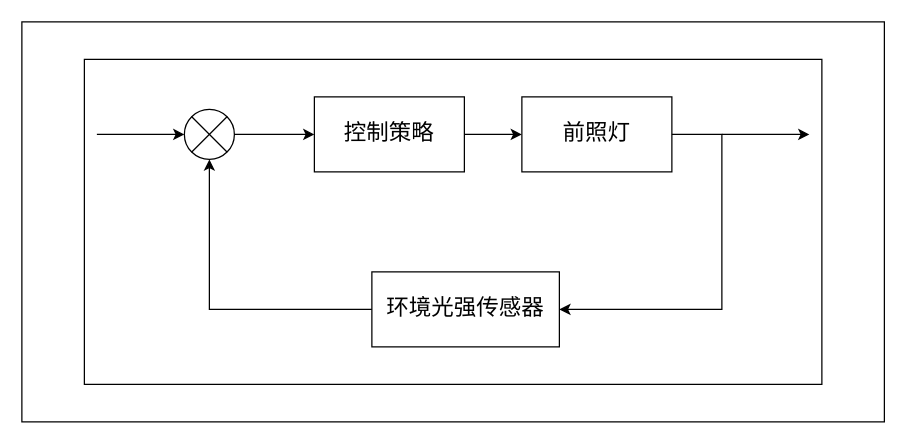
Earlier version of the draw.io diagram AFS图.drawio (AXYZdong/useful-things). Source tidied: cells renumbered, new cells numbered last; positions are measured from the earlier drawing's top-left corner, leaving out a move shared by most shapes. Both pictures are drawn from the tidied source at 125%, with x=0, y=0 at pixel (21, 21).
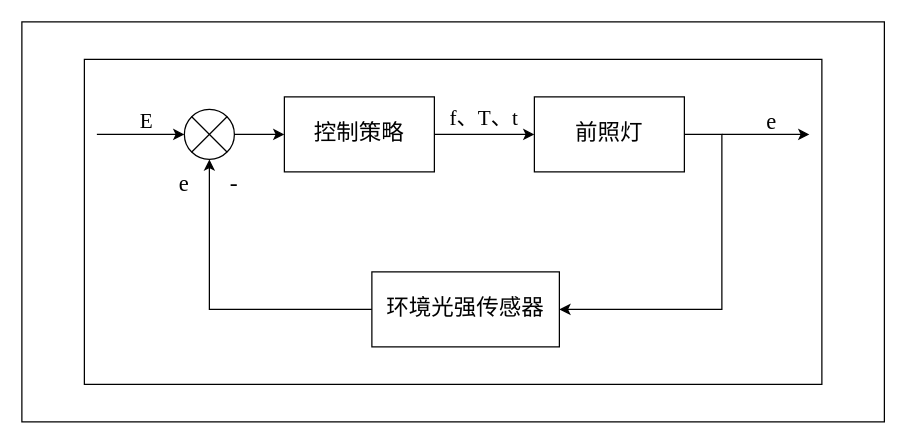
The same page after the edit.

What changed in the source:
```diff
@@
+    <mxCell id="12" style="rounded=0;whiteSpace=wrap;html=1;fillColor=none;" parent="1" vertex="1">
+      <mxGeometry x="50" y="30" width="590" height="260" as="geometry" />
+    </mxCell>
+    <mxCell id="13" style="rounded=0;whiteSpace=wrap;html=1;fillColor=none;" parent="1" vertex="1">
+      <mxGeometry width="690" height="320" as="geometry" />
+    </mxCell>
@@
     <mxCell id="3" value="&lt;font style=&quot;font-size: 18px&quot; face=&quot;Courier New&quot;&gt;控制策略&lt;/font&gt;" style="rounded=0;whiteSpace=wrap;html=1;fillColor=none;" parent="1" vertex="1">
-      <mxGeometry x="234" y="60" width="120" height="60" as="geometry" />
+      <mxGeometry x="210" y="60" width="120" height="60" as="geometry" />
     </mxCell>
@@
     <mxCell id="6" value="&lt;font style=&quot;font-size: 18px&quot; face=&quot;Courier New&quot;&gt;前照灯&lt;/font&gt;" style="rounded=0;whiteSpace=wrap;html=1;fillColor=none;" parent="1" vertex="1">
-      <mxGeometry x="400" y="60" width="120" height="60" as="geometry" />
+      <mxGeometry x="410" y="60" width="120" height="60" as="geometry" />
     </mxCell>
@@
-    <mxCell id="12" style="rounded=0;whiteSpace=wrap;html=1;fillColor=none;" parent="1" vertex="1">
-      <mxGeometry x="50" y="30" width="590" height="260" as="geometry" />
-    </mxCell>
-    <mxCell id="13" style="rounded=0;whiteSpace=wrap;html=1;fillColor=none;" parent="1" vertex="1">
-      <mxGeometry width="690" height="320" as="geometry" />
-    </mxCell>
+    <mxCell id="14" value="&lt;font style=&quot;font-size: 17px&quot; face=&quot;Times New Roman&quot;&gt;E&lt;/font&gt;" style="text;html=1;strokeColor=none;fillColor=none;align=center;verticalAlign=middle;whiteSpace=wrap;rounded=0;" parent="1" vertex="1">
+      <mxGeometry x="80" y="70" width="40" height="20" as="geometry" />
+    </mxCell>
+    <mxCell id="15" value="&lt;font style=&quot;font-size: 18px&quot; face=&quot;Times New Roman&quot;&gt;e&lt;/font&gt;" style="text;html=1;strokeColor=none;fillColor=none;align=center;verticalAlign=middle;whiteSpace=wrap;rounded=0;" parent="1" vertex="1">
+      <mxGeometry x="110" y="120" width="40" height="20" as="geometry" />
+    </mxCell>
+    <mxCell id="16" value="&lt;font style=&quot;font-size: 18px&quot; face=&quot;Times New Roman&quot;&gt;e&lt;/font&gt;" style="text;html=1;strokeColor=none;fillColor=none;align=center;verticalAlign=middle;whiteSpace=wrap;rounded=0;" parent="1" vertex="1">
+      <mxGeometry x="580" y="70" width="40" height="20" as="geometry" />
+    </mxCell>
+    <mxCell id="17" value="&lt;font face=&quot;Times New Roman&quot; style=&quot;font-size: 19px&quot;&gt;-&lt;/font&gt;" style="text;html=1;strokeColor=none;fillColor=none;align=center;verticalAlign=middle;whiteSpace=wrap;rounded=0;" parent="1" vertex="1">
+      <mxGeometry x="150" y="120" width="40" height="20" as="geometry" />
+    </mxCell>
+    <mxCell id="18" value="&lt;font style=&quot;font-size: 17px&quot; face=&quot;Times New Roman&quot;&gt;f、T、t&lt;/font&gt;" style="text;html=1;strokeColor=none;fillColor=none;align=center;verticalAlign=middle;whiteSpace=wrap;rounded=0;" parent="1" vertex="1">
+      <mxGeometry x="340" y="70" width="60" height="15" as="geometry" />
+    </mxCell>
```
